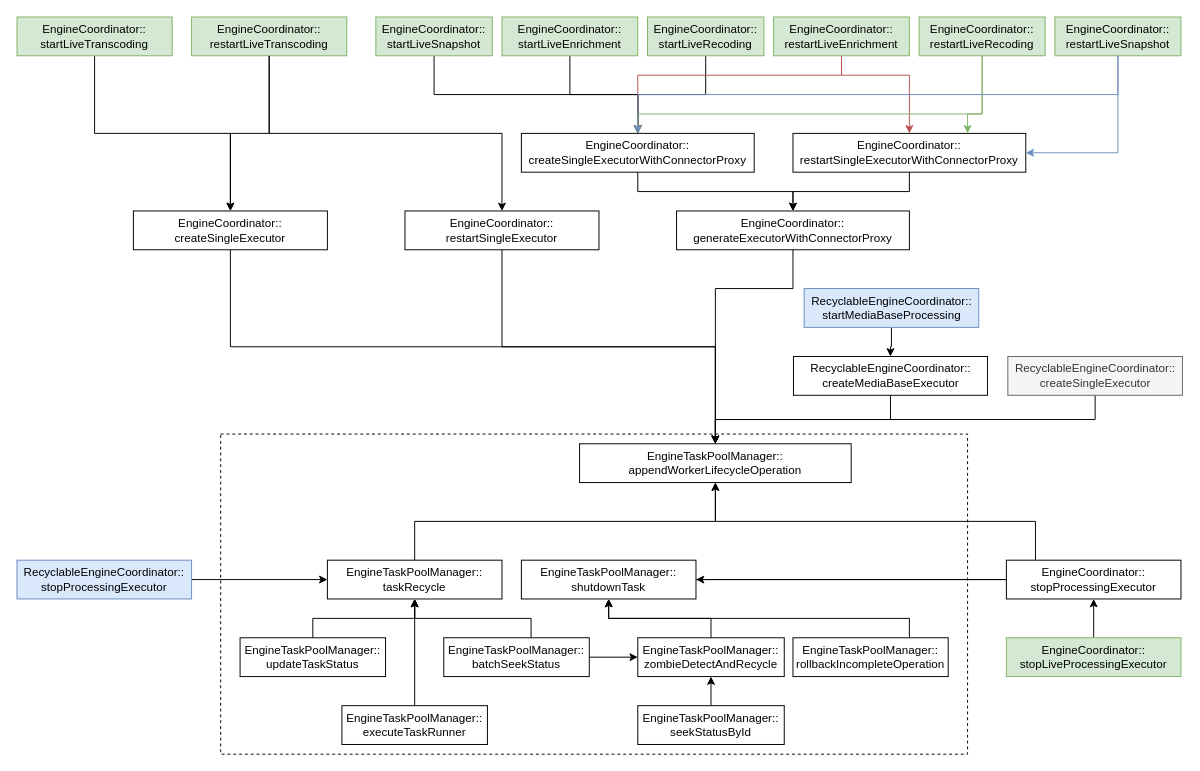
Earlier version of the draw.io diagram page "第 2 页" (2 of 2) of graphs/streaming_engine_framework.drawio (zhongchun/daily). Source tidied: cells renumbered, new cells numbered last; positions are measured from the earlier drawing's top-left corner, leaving out a move shared by most shapes. Both pictures are drawn from the tidied source at 97%, with x=0, y=0 at pixel (16, 16).
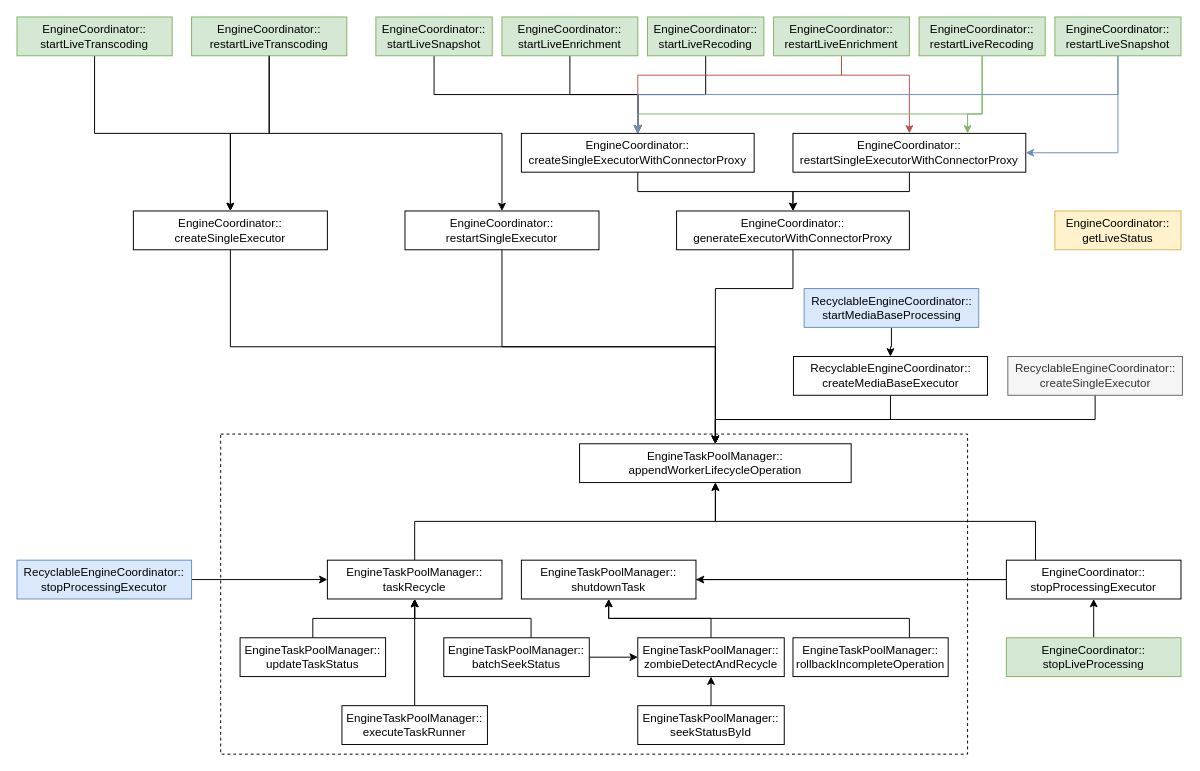
The same page after the edit.

Diff of the diagram source:
```diff
@@
-    <mxCell id="56" value="EngineCoordinator::&lt;br&gt;stopLiveProcessingExecutor" style="rounded=0;whiteSpace=wrap;html=1;fillColor=#d5e8d4;strokeColor=#82b366;" parent="1" vertex="1">
+    <mxCell id="56" value="EngineCoordinator::&lt;br&gt;stopLiveProcessing" style="rounded=0;whiteSpace=wrap;html=1;fillColor=#d5e8d4;strokeColor=#82b366;" parent="1" vertex="1">
       <mxGeometry x="1020" y="640" width="180" height="40" as="geometry" />
     </mxCell>
@@
+    <mxCell id="63" value="EngineCoordinator::&lt;br&gt;getLiveStatus" style="rounded=0;whiteSpace=wrap;html=1;fillColor=#fff2cc;strokeColor=#d6b656;" parent="1" vertex="1">
+      <mxGeometry x="1070" y="200" width="130" height="40" as="geometry" />
+    </mxCell>
```
